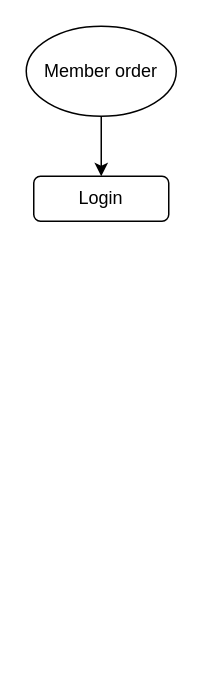
Before: Untitled Diagram.drawio in quoctruong11/Template-admin-Laravel, a draw.io diagram. Source tidied: cells renumbered, new cells numbered last; positions are measured from the earlier drawing's top-left corner, leaving out a move shared by most shapes. Both pictures are drawn from the tidied source at 150%, with x=0, y=0 at pixel (26, 26).
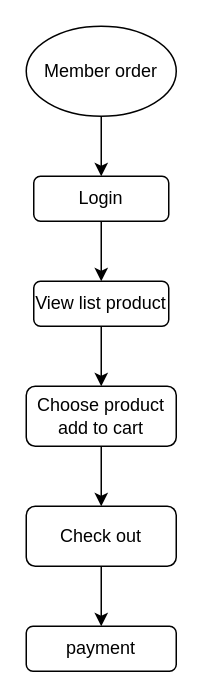
The same diagram, later.

Diff of the diagram source:
```diff
@@
 <mxGraphModel>
   <root>
     <mxCell id="0" />
     <mxCell id="1" parent="0" />
     <mxCell id="2" style="edgeStyle=orthogonalEdgeStyle;rounded=0;jettySize=auto;html=1;entryX=0.5;entryY=0;entryDx=0;entryDy=0;" parent="1" edge="1" source="3" target="4">
       <mxGeometry relative="1" as="geometry" />
     </mxCell>
     <mxCell id="3" value="Member order" style="ellipse;whiteSpace=wrap;html=1;" parent="1" vertex="1">
       <mxGeometry width="100" height="60" as="geometry" />
     </mxCell>
+    <mxCell id="5" style="edgeStyle=orthogonalEdgeStyle;rounded=0;jettySize=auto;html=1;" parent="1" edge="1" source="4" target="7">
+      <mxGeometry relative="1" as="geometry" />
+    </mxCell>
     <mxCell id="4" value="Login" style="rounded=1;whiteSpace=wrap;html=1;" parent="1" vertex="1">
       <mxGeometry x="5" y="100" width="90" height="30" as="geometry" />
     </mxCell>
+    <mxCell id="6" style="edgeStyle=orthogonalEdgeStyle;rounded=0;jettySize=auto;html=1;" parent="1" edge="1" source="7" target="9">
+      <mxGeometry relative="1" as="geometry" />
+    </mxCell>
+    <mxCell id="7" value="View list product" style="rounded=1;whiteSpace=wrap;html=1;" parent="1" vertex="1">
+      <mxGeometry x="5" y="170" width="90" height="30" as="geometry" />
+    </mxCell>
+    <mxCell id="8" style="edgeStyle=orthogonalEdgeStyle;rounded=0;jettySize=auto;html=1;" parent="1" edge="1" source="9" target="11">
+      <mxGeometry relative="1" as="geometry" />
+    </mxCell>
+    <mxCell id="9" value="Choose&amp;nbsp;product&lt;br&gt;add to cart" style="rounded=1;whiteSpace=wrap;html=1;" parent="1" vertex="1">
+      <mxGeometry y="240" width="100" height="40" as="geometry" />
+    </mxCell>
+    <mxCell id="10" style="edgeStyle=orthogonalEdgeStyle;rounded=0;jettySize=auto;html=1;" parent="1" edge="1" source="11" target="12">
+      <mxGeometry relative="1" as="geometry" />
+    </mxCell>
+    <mxCell id="11" value="Check out" style="rounded=1;whiteSpace=wrap;html=1;" parent="1" vertex="1">
+      <mxGeometry y="320" width="100" height="40" as="geometry" />
+    </mxCell>
+    <mxCell id="12" value="payment" style="rounded=1;whiteSpace=wrap;html=1;" parent="1" vertex="1">
+      <mxGeometry y="400" width="100" height="30" as="geometry" />
+    </mxCell>
   </root>
 </mxGraphModel>
```
